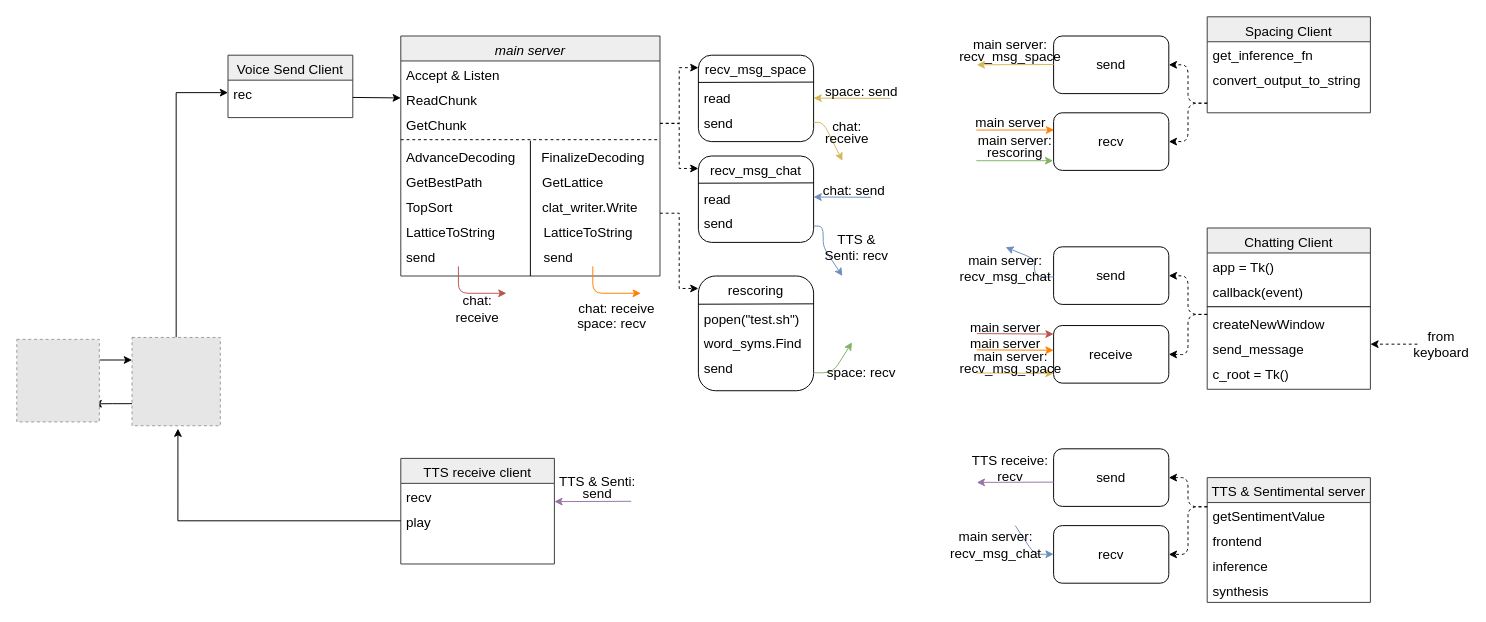
Earlier version of the draw.io diagram esw2021/제출자료/TCP/tcp_flow.drawio (kusw1006/2021ESWContest_free_1049). Source tidied: cells renumbered, new cells numbered last; positions are measured from the earlier drawing's top-left corner, leaving out a move shared by most shapes. Both pictures are drawn from the tidied source at 96%, with x=0, y=0 at pixel (16, 16). Pictures stored in the file or linked from it are replaced by grey dashed boxes.
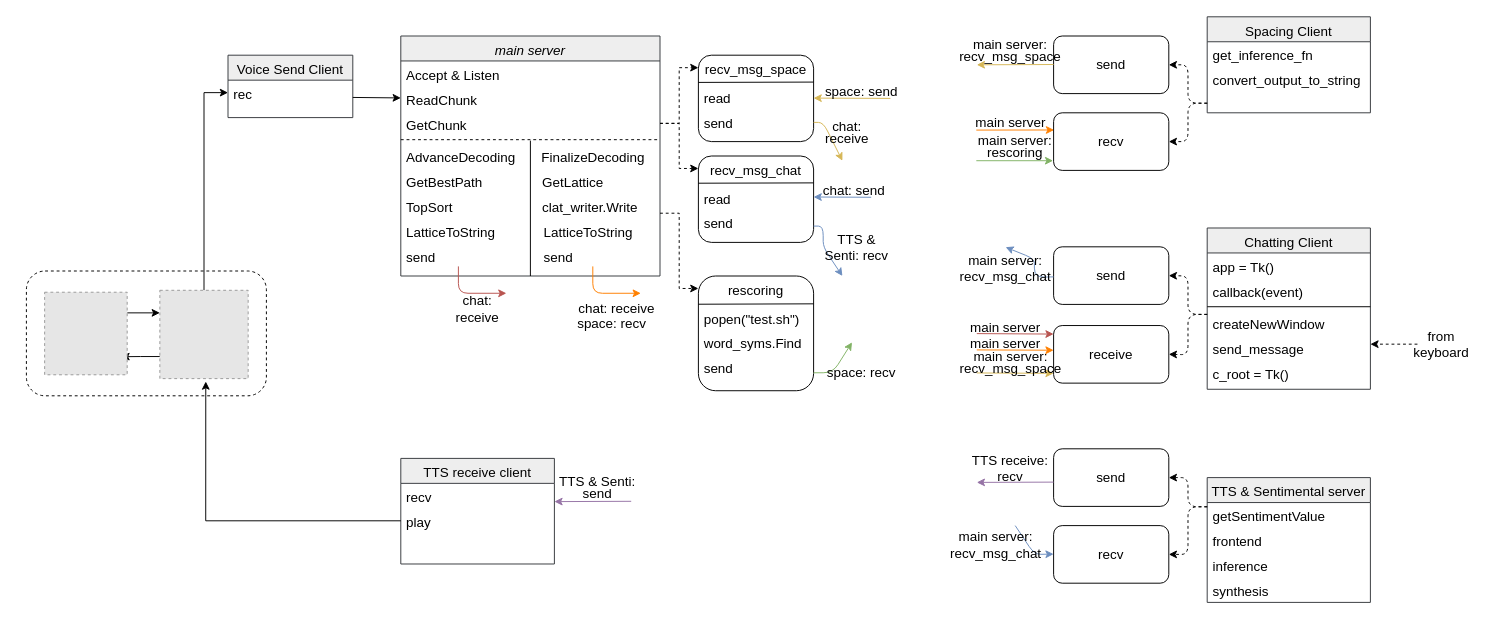
Above is the later version.

Commit message (it also covers changes not shown here):
add tcp_flow_hangul

What changed in the source:
```diff
@@
-<mxGraphModel>
+<mxGraphModel background="#FFFFFF">
@@
+    <mxCell id="111" style="rounded=1;whiteSpace=wrap;html=1;hachureGap=4;dashed=1;" parent="1" vertex="1">
+      <mxGeometry x="10" y="264.8" width="250" height="130" as="geometry" />
+    </mxCell>
@@
     <mxCell id="107" style="fillColor=#E6E6E6;strokeColor=#999999;dashed=1;verticalLabelPosition=bottom;labelBackgroundColor=#ffffff;verticalAlign=top;fontSize=14;" parent="1" vertex="1">
-      <mxGeometry x="120" y="334" width="92" height="92" as="geometry" />
+      <mxGeometry x="149" y="284.9" width="92" height="92" as="geometry" />
     </mxCell>
@@
     <mxCell id="109" style="fillColor=#E6E6E6;strokeColor=#999999;dashed=1;verticalLabelPosition=bottom;labelBackgroundColor=#ffffff;verticalAlign=top;fontSize=14;" parent="1" vertex="1">
-      <mxGeometry y="336" width="86" height="86" as="geometry" />
+      <mxGeometry x="29" y="286.9" width="86" height="86" as="geometry" />
     </mxCell>
```
